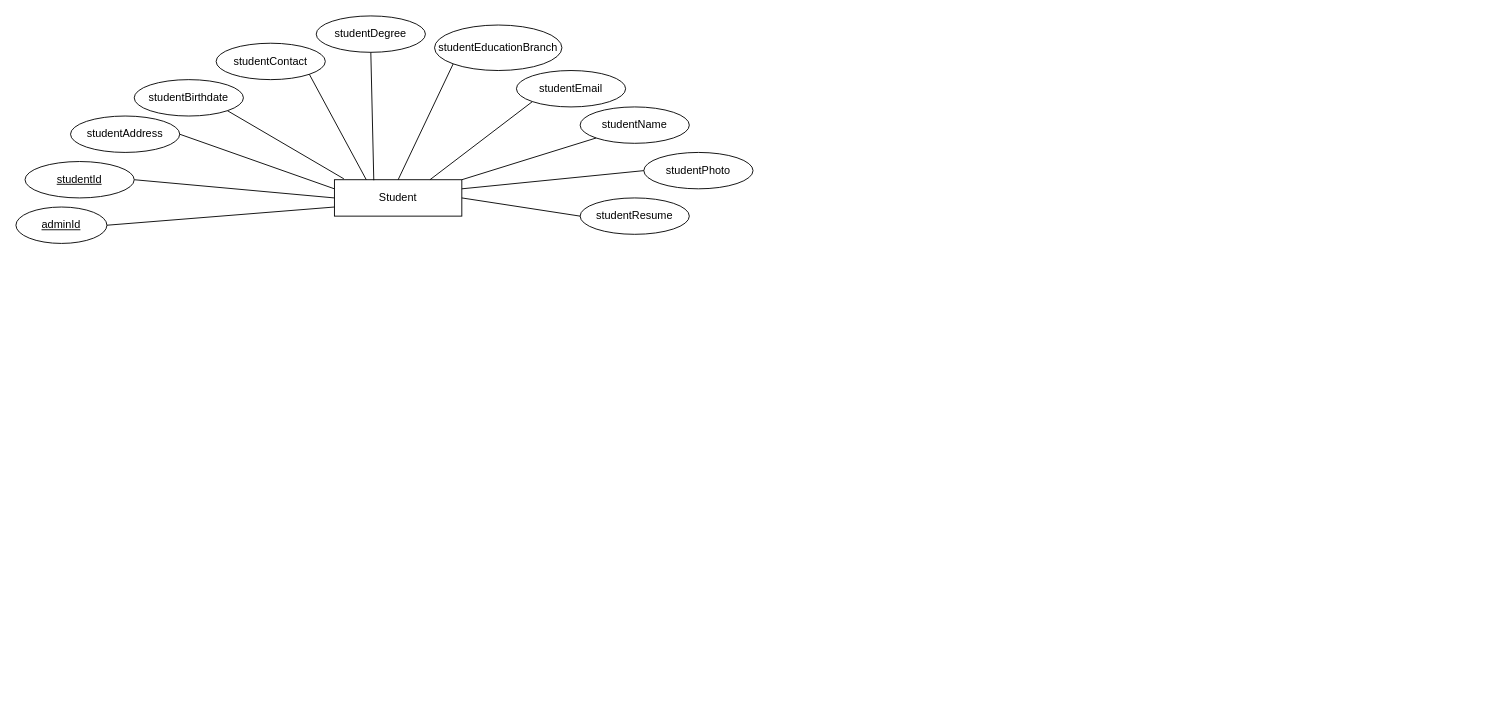
Above: Untitled Diagram.drawio in RahelSane/RahelSane-6772-Core-Java-Project- (draw.io), before the change. Source tidied: cells renumbered, new cells numbered last; positions are measured from the earlier drawing's top-left corner, leaving out a move shared by most shapes. Both pictures are drawn from the tidied source at 91%, with x=0, y=0 at pixel (15, 15).
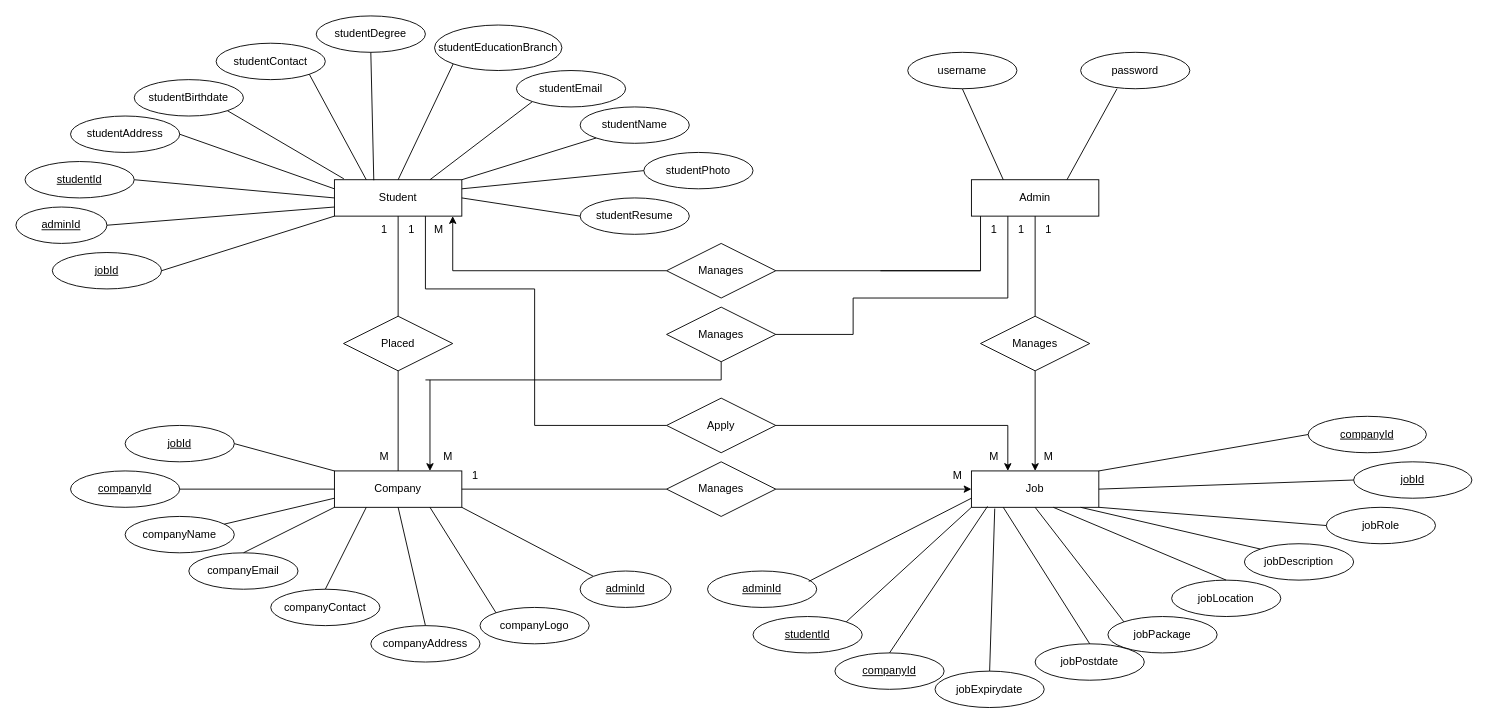
Above is the later version.

Commit message:
Placement_Management_System  (E-R-Diagram)

The change refers to these unchanged cells:
```xml
<mxCell id="2" value="Student" style="rounded=0;whiteSpace=wrap;html=1;" parent="1" vertex="1">
  <mxGeometry x="350" y="180" width="140" height="40" as="geometry" />
</mxCell>
```

What changed in the source:
```diff
@@
+    <mxCell id="25" value="Company" style="rounded=0;whiteSpace=wrap;html=1;" parent="1" vertex="1">
+      <mxGeometry x="350" y="500" width="140" height="40" as="geometry" />
+    </mxCell>
+    <mxCell id="26" value="companyId" style="ellipse;whiteSpace=wrap;html=1;align=center;fontStyle=4;" parent="1" vertex="1">
+      <mxGeometry x="60" y="500" width="120" height="40" as="geometry" />
+    </mxCell>
+    <mxCell id="27" value="companyName" style="ellipse;whiteSpace=wrap;html=1;" parent="1" vertex="1">
+      <mxGeometry x="120" y="550" width="120" height="40" as="geometry" />
+    </mxCell>
+    <mxCell id="28" value="companyContact" style="ellipse;whiteSpace=wrap;html=1;" parent="1" vertex="1">
+      <mxGeometry x="280" y="630" width="120" height="40" as="geometry" />
+    </mxCell>
+    <mxCell id="29" value="companyEmail" style="ellipse;whiteSpace=wrap;html=1;" parent="1" vertex="1">
+      <mxGeometry x="190" y="590" width="120" height="40" as="geometry" />
+    </mxCell>
+    <mxCell id="30" value="companyAddress" style="ellipse;whiteSpace=wrap;html=1;" parent="1" vertex="1">
+      <mxGeometry x="390" y="670" width="120" height="40" as="geometry" />
+    </mxCell>
+    <mxCell id="31" value="companyLogo" style="ellipse;whiteSpace=wrap;html=1;" parent="1" vertex="1">
+      <mxGeometry x="510" y="650" width="120" height="40" as="geometry" />
+    </mxCell>
+    <mxCell id="32" style="endArrow=none;html=1;rounded=0;entryX=0;entryY=0.5;entryDx=0;entryDy=0;" parent="1" edge="1" target="25">
+      <mxGeometry relative="1" as="geometry">
+        <mxPoint x="180" y="520" as="sourcePoint" />
+      </mxGeometry>
+    </mxCell>
+    <mxCell id="33" style="endArrow=none;html=1;rounded=0;exitX=0;exitY=0.75;exitDx=0;exitDy=0;" parent="1" edge="1" source="25" target="27">
+      <mxGeometry relative="1" as="geometry" />
+    </mxCell>
+    <mxCell id="34" style="endArrow=none;html=1;rounded=0;entryX=0;entryY=1;entryDx=0;entryDy=0;exitX=0.5;exitY=0;exitDx=0;exitDy=0;" parent="1" edge="1" source="29" target="25">
+      <mxGeometry relative="1" as="geometry" />
+    </mxCell>
+    <mxCell id="35" style="endArrow=none;html=1;rounded=0;entryX=0.5;entryY=0;entryDx=0;entryDy=0;exitX=0.25;exitY=1;exitDx=0;exitDy=0;" parent="1" edge="1" source="25" target="28">
+      <mxGeometry relative="1" as="geometry" />
+    </mxCell>
+    <mxCell id="36" style="endArrow=none;html=1;rounded=0;entryX=0.5;entryY=1;entryDx=0;entryDy=0;exitX=0.5;exitY=0;exitDx=0;exitDy=0;" parent="1" edge="1" source="30" target="25">
+      <mxGeometry relative="1" as="geometry" />
+    </mxCell>
+    <mxCell id="37" style="endArrow=none;html=1;rounded=0;entryX=0.75;entryY=1;entryDx=0;entryDy=0;exitX=0;exitY=0;exitDx=0;exitDy=0;" parent="1" edge="1" source="31" target="25">
+      <mxGeometry relative="1" as="geometry" />
+    </mxCell>
+    <mxCell id="38" style="endArrow=none;html=1;rounded=0;entryX=0;entryY=0;entryDx=0;entryDy=0;exitX=1;exitY=1;exitDx=0;exitDy=0;" parent="1" edge="1" source="25" target="39">
+      <mxGeometry relative="1" as="geometry" />
+    </mxCell>
+    <mxCell id="39" value="adminId" style="ellipse;whiteSpace=wrap;html=1;align=center;fontStyle=4;" parent="1" vertex="1">
+      <mxGeometry x="620" y="610" width="100" height="40" as="geometry" />
+    </mxCell>
+    <mxCell id="40" value="Job" style="rounded=0;whiteSpace=wrap;html=1;" parent="1" vertex="1">
+      <mxGeometry x="1050" y="500" width="140" height="40" as="geometry" />
+    </mxCell>
+    <mxCell id="41" value="jobRole" style="ellipse;whiteSpace=wrap;html=1;" parent="1" vertex="1">
+      <mxGeometry x="1440" y="540" width="120" height="40" as="geometry" />
+    </mxCell>
+    <mxCell id="42" value="jobLocation" style="ellipse;whiteSpace=wrap;html=1;" parent="1" vertex="1">
+      <mxGeometry x="1270" y="620" width="120" height="40" as="geometry" />
+    </mxCell>
+    <mxCell id="43" value="jobPackage" style="ellipse;whiteSpace=wrap;html=1;" parent="1" vertex="1">
+      <mxGeometry x="1200" y="660" width="120" height="40" as="geometry" />
+    </mxCell>
+    <mxCell id="44" value="jobPostdate" style="ellipse;whiteSpace=wrap;html=1;" parent="1" vertex="1">
+      <mxGeometry x="1120" y="690" width="120" height="40" as="geometry" />
+    </mxCell>
+    <mxCell id="45" value="jobDescription" style="ellipse;whiteSpace=wrap;html=1;" parent="1" vertex="1">
+      <mxGeometry x="1350" y="580" width="120" height="40" as="geometry" />
+    </mxCell>
+    <mxCell id="46" value="jobExpirydate" style="ellipse;whiteSpace=wrap;html=1;" parent="1" vertex="1">
+      <mxGeometry x="1010" y="720" width="120" height="40" as="geometry" />
+    </mxCell>
+    <mxCell id="47" value="jobId" style="ellipse;whiteSpace=wrap;html=1;align=center;fontStyle=4;" parent="1" vertex="1">
+      <mxGeometry x="1470" y="490" width="130" height="40" as="geometry" />
+    </mxCell>
+    <mxCell id="48" style="endArrow=none;html=1;rounded=0;entryX=1;entryY=0.5;entryDx=0;entryDy=0;exitX=0;exitY=0.5;exitDx=0;exitDy=0;" parent="1" edge="1" source="47" target="40">
+      <mxGeometry relative="1" as="geometry" />
+    </mxCell>
+    <mxCell id="49" style="endArrow=none;html=1;rounded=0;entryX=1;entryY=1;entryDx=0;entryDy=0;exitX=0;exitY=0.5;exitDx=0;exitDy=0;" parent="1" edge="1" source="41" target="40">
+      <mxGeometry relative="1" as="geometry" />
+    </mxCell>
+    <mxCell id="50" style="endArrow=none;html=1;rounded=0;exitX=0;exitY=0;exitDx=0;exitDy=0;" parent="1" edge="1" source="45">
+      <mxGeometry relative="1" as="geometry">
+        <mxPoint x="1170" y="540" as="targetPoint" />
+      </mxGeometry>
+    </mxCell>
+    <mxCell id="51" style="endArrow=none;html=1;rounded=0;exitX=0.5;exitY=0;exitDx=0;exitDy=0;" parent="1" edge="1" source="42">
+      <mxGeometry relative="1" as="geometry">
+        <mxPoint x="1140" y="540" as="targetPoint" />
+      </mxGeometry>
+    </mxCell>
+    <mxCell id="52" style="endArrow=none;html=1;rounded=0;entryX=0.5;entryY=1;entryDx=0;entryDy=0;exitX=0;exitY=0;exitDx=0;exitDy=0;" parent="1" edge="1" source="43" target="40">
+      <mxGeometry relative="1" as="geometry" />
+    </mxCell>
+    <mxCell id="53" style="endArrow=none;html=1;rounded=0;entryX=0.25;entryY=1;entryDx=0;entryDy=0;exitX=0.5;exitY=0;exitDx=0;exitDy=0;" parent="1" edge="1" source="44" target="40">
+      <mxGeometry relative="1" as="geometry" />
+    </mxCell>
+    <mxCell id="54" style="endArrow=none;html=1;rounded=0;entryX=0.183;entryY=1.035;entryDx=0;entryDy=0;entryPerimeter=0;exitX=0.5;exitY=0;exitDx=0;exitDy=0;" parent="1" edge="1" source="46" target="40">
+      <mxGeometry relative="1" as="geometry" />
+    </mxCell>
+    <mxCell id="55" value="companyId" style="ellipse;whiteSpace=wrap;html=1;align=center;fontStyle=4;" parent="1" vertex="1">
+      <mxGeometry x="900" y="700" width="120" height="40" as="geometry" />
+    </mxCell>
+    <mxCell id="56" value="studentId" style="ellipse;whiteSpace=wrap;html=1;align=center;fontStyle=4;" parent="1" vertex="1">
+      <mxGeometry x="810" y="660" width="120" height="40" as="geometry" />
+    </mxCell>
+    <mxCell id="57" value="adminId" style="ellipse;whiteSpace=wrap;html=1;align=center;fontStyle=4;" parent="1" vertex="1">
+      <mxGeometry x="760" y="610" width="120" height="40" as="geometry" />
+    </mxCell>
+    <mxCell id="58" style="endArrow=none;html=1;rounded=0;entryX=0;entryY=0.75;entryDx=0;entryDy=0;exitX=0.927;exitY=0.285;exitDx=0;exitDy=0;exitPerimeter=0;" parent="1" edge="1" source="57" target="40">
+      <mxGeometry relative="1" as="geometry" />
+    </mxCell>
+    <mxCell id="59" style="endArrow=none;html=1;rounded=0;entryX=0;entryY=1;entryDx=0;entryDy=0;exitX=1;exitY=0;exitDx=0;exitDy=0;" parent="1" edge="1" source="56" target="40">
+      <mxGeometry relative="1" as="geometry" />
+    </mxCell>
+    <mxCell id="60" style="endArrow=none;html=1;rounded=0;entryX=0.126;entryY=0.975;entryDx=0;entryDy=0;entryPerimeter=0;exitX=0.5;exitY=0;exitDx=0;exitDy=0;" parent="1" edge="1" source="55" target="40">
+      <mxGeometry relative="1" as="geometry" />
+    </mxCell>
+    <mxCell id="61" value="Admin" style="rounded=0;whiteSpace=wrap;html=1;" parent="1" vertex="1">
+      <mxGeometry x="1050" y="180" width="140" height="40" as="geometry" />
+    </mxCell>
+    <mxCell id="62" style="endArrow=none;html=1;rounded=0;exitX=0.25;exitY=0;exitDx=0;exitDy=0;" parent="1" edge="1" source="61">
+      <mxGeometry relative="1" as="geometry">
+        <mxPoint x="1040" y="80" as="targetPoint" />
+      </mxGeometry>
+    </mxCell>
+    <mxCell id="63" style="endArrow=none;html=1;rounded=0;exitX=0.75;exitY=0;exitDx=0;exitDy=0;" parent="1" edge="1" source="61">
+      <mxGeometry relative="1" as="geometry">
+        <mxPoint x="1210" y="80" as="targetPoint" />
+      </mxGeometry>
+    </mxCell>
+    <mxCell id="64" value="Placed" style="shape=rhombus;perimeter=rhombusPerimeter;whiteSpace=wrap;html=1;align=center;" parent="1" vertex="1">
+      <mxGeometry x="360" y="330" width="120" height="60" as="geometry" />
+    </mxCell>
+    <mxCell id="65" style="endArrow=none;html=1;rounded=0;exitX=0.5;exitY=1;exitDx=0;exitDy=0;entryX=0.5;entryY=0;entryDx=0;entryDy=0;" parent="1" edge="1" source="2" target="64">
+      <mxGeometry relative="1" as="geometry" />
+    </mxCell>
+    <mxCell id="66" style="endArrow=none;html=1;rounded=0;exitX=0.5;exitY=1;exitDx=0;exitDy=0;entryX=0.5;entryY=0;entryDx=0;entryDy=0;" parent="1" edge="1" source="64" target="25">
+      <mxGeometry relative="1" as="geometry" />
+    </mxCell>
+    <mxCell id="67" value="1" style="text;html=1;strokeColor=none;fillColor=none;align=center;verticalAlign=middle;whiteSpace=wrap;rounded=0;" parent="1" vertex="1">
+      <mxGeometry x="390" y="220" width="30" height="30" as="geometry" />
+    </mxCell>
+    <mxCell id="68" value="M" style="text;html=1;strokeColor=none;fillColor=none;align=center;verticalAlign=middle;whiteSpace=wrap;rounded=0;" parent="1" vertex="1">
+      <mxGeometry x="390" y="470" width="30" height="30" as="geometry" />
+    </mxCell>
+    <mxCell id="69" value="username" style="ellipse;whiteSpace=wrap;html=1;" parent="1" vertex="1">
+      <mxGeometry x="980" y="40" width="120" height="40" as="geometry" />
+    </mxCell>
+    <mxCell id="70" value="password" style="ellipse;whiteSpace=wrap;html=1;" parent="1" vertex="1">
+      <mxGeometry x="1170" y="40" width="120" height="40" as="geometry" />
+    </mxCell>
+    <mxCell id="71" value="Manages" style="shape=rhombus;perimeter=rhombusPerimeter;whiteSpace=wrap;html=1;align=center;" parent="1" vertex="1">
+      <mxGeometry x="715" y="320" width="120" height="60" as="geometry" />
+    </mxCell>
+    <mxCell id="72" value="Manages" style="shape=rhombus;perimeter=rhombusPerimeter;whiteSpace=wrap;html=1;align=center;" parent="1" vertex="1">
+      <mxGeometry x="715" y="250" width="120" height="60" as="geometry" />
+    </mxCell>
+    <mxCell id="73" value="Manages" style="shape=rhombus;perimeter=rhombusPerimeter;whiteSpace=wrap;html=1;align=center;" parent="1" vertex="1">
+      <mxGeometry x="1060" y="330" width="120" height="60" as="geometry" />
+    </mxCell>
+    <mxCell id="74" style="endArrow=classic;html=1;rounded=0;entryX=1;entryY=0;entryDx=0;entryDy=0;" parent="1" edge="1" target="79">
+      <mxGeometry relative="1" as="geometry">
+        <mxPoint x="480" y="280" as="sourcePoint" />
+      </mxGeometry>
+    </mxCell>
+    <mxCell id="75" style="endArrow=none;html=1;rounded=0;entryX=0;entryY=0.5;entryDx=0;entryDy=0;" parent="1" edge="1" target="72">
+      <mxGeometry relative="1" as="geometry">
+        <mxPoint x="480" y="280" as="sourcePoint" />
+        <Array as="points">
+          <mxPoint x="610" y="280" />
+        </Array>
+      </mxGeometry>
+    </mxCell>
+    <mxCell id="76" style="endArrow=none;html=1;rounded=0;entryX=1;entryY=0.5;entryDx=0;entryDy=0;" parent="1" edge="1" target="72">
+      <mxGeometry relative="1" as="geometry">
+        <mxPoint x="950" y="280" as="sourcePoint" />
+        <Array as="points">
+          <mxPoint x="1060" y="280" />
+        </Array>
+      </mxGeometry>
+    </mxCell>
+    <mxCell id="77" style="endArrow=none;html=1;rounded=0;entryX=0;entryY=0;entryDx=0;entryDy=0;" parent="1" edge="1" target="78">
+      <mxGeometry relative="1" as="geometry">
+        <mxPoint x="1060" y="280" as="sourcePoint" />
+      </mxGeometry>
+    </mxCell>
+    <mxCell id="78" value="1" style="text;html=1;strokeColor=none;fillColor=none;align=center;verticalAlign=middle;whiteSpace=wrap;rounded=0;" parent="1" vertex="1">
+      <mxGeometry x="1060" y="220" width="30" height="30" as="geometry" />
+    </mxCell>
+    <mxCell id="79" value="M" style="text;html=1;strokeColor=none;fillColor=none;align=center;verticalAlign=middle;whiteSpace=wrap;rounded=0;" parent="1" vertex="1">
+      <mxGeometry x="450" y="220" width="30" height="30" as="geometry" />
+    </mxCell>
+    <mxCell id="80" style="endArrow=classic;html=1;rounded=0;exitX=0.5;exitY=1;exitDx=0;exitDy=0;entryX=0.5;entryY=0;entryDx=0;entryDy=0;" parent="1" edge="1" source="73" target="40">
+      <mxGeometry relative="1" as="geometry" />
+    </mxCell>
+    <mxCell id="81" style="endArrow=none;html=1;rounded=0;entryX=0.5;entryY=1;entryDx=0;entryDy=0;exitX=0.5;exitY=0;exitDx=0;exitDy=0;" parent="1" edge="1" source="73" target="61">
+      <mxGeometry relative="1" as="geometry" />
+    </mxCell>
+    <mxCell id="82" value="M" style="text;html=1;strokeColor=none;fillColor=none;align=center;verticalAlign=middle;whiteSpace=wrap;rounded=0;" parent="1" vertex="1">
+      <mxGeometry x="1120" y="470" width="30" height="30" as="geometry" />
+    </mxCell>
+    <mxCell id="83" value="1" style="text;html=1;strokeColor=none;fillColor=none;align=center;verticalAlign=middle;whiteSpace=wrap;rounded=0;" parent="1" vertex="1">
+      <mxGeometry x="1120" y="220" width="30" height="30" as="geometry" />
+    </mxCell>
+    <mxCell id="84" style="endArrow=classic;html=1;rounded=0;entryX=0.75;entryY=0;entryDx=0;entryDy=0;" parent="1" edge="1" target="25">
+      <mxGeometry relative="1" as="geometry">
+        <mxPoint x="455" y="400" as="sourcePoint" />
+      </mxGeometry>
+    </mxCell>
+    <mxCell id="85" style="endArrow=none;html=1;rounded=0;entryX=0.5;entryY=1;entryDx=0;entryDy=0;" parent="1" edge="1" target="71">
+      <mxGeometry relative="1" as="geometry">
+        <mxPoint x="450" y="400" as="sourcePoint" />
+        <Array as="points">
+          <mxPoint x="775" y="400" />
+        </Array>
+      </mxGeometry>
+    </mxCell>
+    <mxCell id="86" value="M" style="text;html=1;strokeColor=none;fillColor=none;align=center;verticalAlign=middle;whiteSpace=wrap;rounded=0;" parent="1" vertex="1">
+      <mxGeometry x="460" y="470" width="30" height="30" as="geometry" />
+    </mxCell>
+    <mxCell id="87" style="endArrow=none;html=1;rounded=0;exitX=1;exitY=0.5;exitDx=0;exitDy=0;entryX=0.286;entryY=1;entryDx=0;entryDy=0;entryPerimeter=0;" parent="1" edge="1" source="71" target="61">
+      <mxGeometry relative="1" as="geometry">
+        <Array as="points">
+          <mxPoint x="920" y="350" />
+          <mxPoint x="920" y="310" />
+          <mxPoint x="1090" y="310" />
+        </Array>
+      </mxGeometry>
+    </mxCell>
+    <mxCell id="88" value="1" style="text;html=1;strokeColor=none;fillColor=none;align=center;verticalAlign=middle;whiteSpace=wrap;rounded=0;" parent="1" vertex="1">
+      <mxGeometry x="1090" y="220" width="30" height="30" as="geometry" />
+    </mxCell>
+    <mxCell id="89" value="Apply" style="shape=rhombus;perimeter=rhombusPerimeter;whiteSpace=wrap;html=1;align=center;" parent="1" vertex="1">
+      <mxGeometry x="715" y="420" width="120" height="60" as="geometry" />
+    </mxCell>
+    <mxCell id="90" value="Manages" style="shape=rhombus;perimeter=rhombusPerimeter;whiteSpace=wrap;html=1;align=center;" parent="1" vertex="1">
+      <mxGeometry x="715" y="490" width="120" height="60" as="geometry" />
+    </mxCell>
+    <mxCell id="91" style="endArrow=classic;html=1;rounded=0;entryX=0;entryY=0.5;entryDx=0;entryDy=0;exitX=1;exitY=0.5;exitDx=0;exitDy=0;" parent="1" edge="1" source="90" target="40">
+      <mxGeometry relative="1" as="geometry" />
+    </mxCell>
+    <mxCell id="92" style="endArrow=none;html=1;rounded=0;exitX=1;exitY=0.5;exitDx=0;exitDy=0;entryX=0;entryY=0.5;entryDx=0;entryDy=0;" parent="1" edge="1" source="25" target="90">
+      <mxGeometry relative="1" as="geometry" />
+    </mxCell>
+    <mxCell id="93" value="1" style="text;html=1;strokeColor=none;fillColor=none;align=center;verticalAlign=middle;whiteSpace=wrap;rounded=0;" parent="1" vertex="1">
+      <mxGeometry x="490" y="490" width="30" height="30" as="geometry" />
+    </mxCell>
+    <mxCell id="94" value="M" style="text;html=1;strokeColor=none;fillColor=none;align=center;verticalAlign=middle;whiteSpace=wrap;rounded=0;" parent="1" vertex="1">
+      <mxGeometry x="1020" y="490" width="30" height="30" as="geometry" />
+    </mxCell>
+    <mxCell id="95" style="endArrow=none;html=1;rounded=0;exitX=0;exitY=0;exitDx=0;exitDy=0;entryX=0;entryY=0.5;entryDx=0;entryDy=0;" parent="1" edge="1" source="79" target="89">
+      <mxGeometry relative="1" as="geometry">
+        <Array as="points">
+          <mxPoint x="450" y="300" />
+          <mxPoint x="570" y="300" />
+          <mxPoint x="570" y="450" />
+        </Array>
+      </mxGeometry>
+    </mxCell>
+    <mxCell id="96" value="1" style="text;html=1;strokeColor=none;fillColor=none;align=center;verticalAlign=middle;whiteSpace=wrap;rounded=0;" parent="1" vertex="1">
+      <mxGeometry x="420" y="220" width="30" height="30" as="geometry" />
+    </mxCell>
+    <mxCell id="97" style="endArrow=classic;html=1;rounded=0;exitX=1;exitY=0.5;exitDx=0;exitDy=0;" parent="1" edge="1" source="89">
+      <mxGeometry relative="1" as="geometry">
+        <mxPoint x="1090" y="500" as="targetPoint" />
+        <Array as="points">
+          <mxPoint x="1090" y="450" />
+        </Array>
+      </mxGeometry>
+    </mxCell>
+    <mxCell id="98" value="M" style="text;html=1;strokeColor=none;fillColor=none;align=center;verticalAlign=middle;whiteSpace=wrap;rounded=0;" parent="1" vertex="1">
+      <mxGeometry x="1060" y="470" width="30" height="30" as="geometry" />
+    </mxCell>
+    <mxCell id="99" value="jobId" style="ellipse;whiteSpace=wrap;html=1;align=center;fontStyle=4;" parent="1" vertex="1">
+      <mxGeometry x="40" y="260" width="120" height="40" as="geometry" />
+    </mxCell>
+    <mxCell id="100" style="endArrow=none;html=1;rounded=0;exitX=1;exitY=0.5;exitDx=0;exitDy=0;entryX=0;entryY=1;entryDx=0;entryDy=0;" parent="1" edge="1" source="99" target="2">
+      <mxGeometry relative="1" as="geometry" />
+    </mxCell>
+    <mxCell id="101" value="jobId" style="ellipse;whiteSpace=wrap;html=1;align=center;fontStyle=4;" parent="1" vertex="1">
+      <mxGeometry x="120" y="450" width="120" height="40" as="geometry" />
+    </mxCell>
+    <mxCell id="102" style="endArrow=none;html=1;rounded=0;exitX=1;exitY=0.5;exitDx=0;exitDy=0;entryX=0;entryY=0;entryDx=0;entryDy=0;" parent="1" edge="1" source="101" target="25">
+      <mxGeometry relative="1" as="geometry" />
+    </mxCell>
+    <mxCell id="103" value="companyId" style="ellipse;whiteSpace=wrap;html=1;align=center;fontStyle=4;" parent="1" vertex="1">
+      <mxGeometry x="1420" y="440" width="130" height="40" as="geometry" />
+    </mxCell>
+    <mxCell id="104" style="endArrow=none;html=1;rounded=0;entryX=0;entryY=0.5;entryDx=0;entryDy=0;exitX=1;exitY=0;exitDx=0;exitDy=0;" parent="1" edge="1" source="40" target="103">
+      <mxGeometry relative="1" as="geometry" />
+    </mxCell>
```
